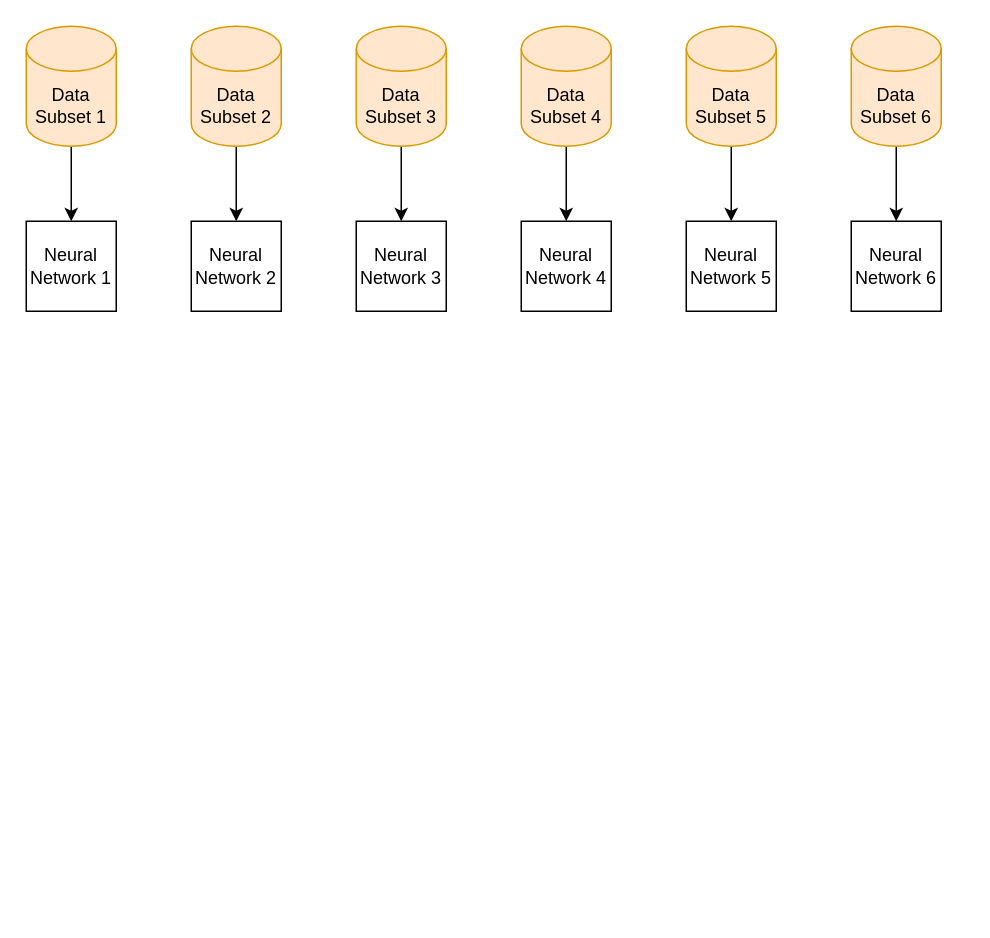
Before: Arch.drawio in faizanroshan/Dataset-For-Colab, a draw.io diagram. Source tidied: cells renumbered, new cells numbered last; positions are measured from the earlier drawing's top-left corner, leaving out a move shared by most shapes. Both pictures are drawn from the tidied source at 150%, with x=0, y=0 at pixel (26, 26).
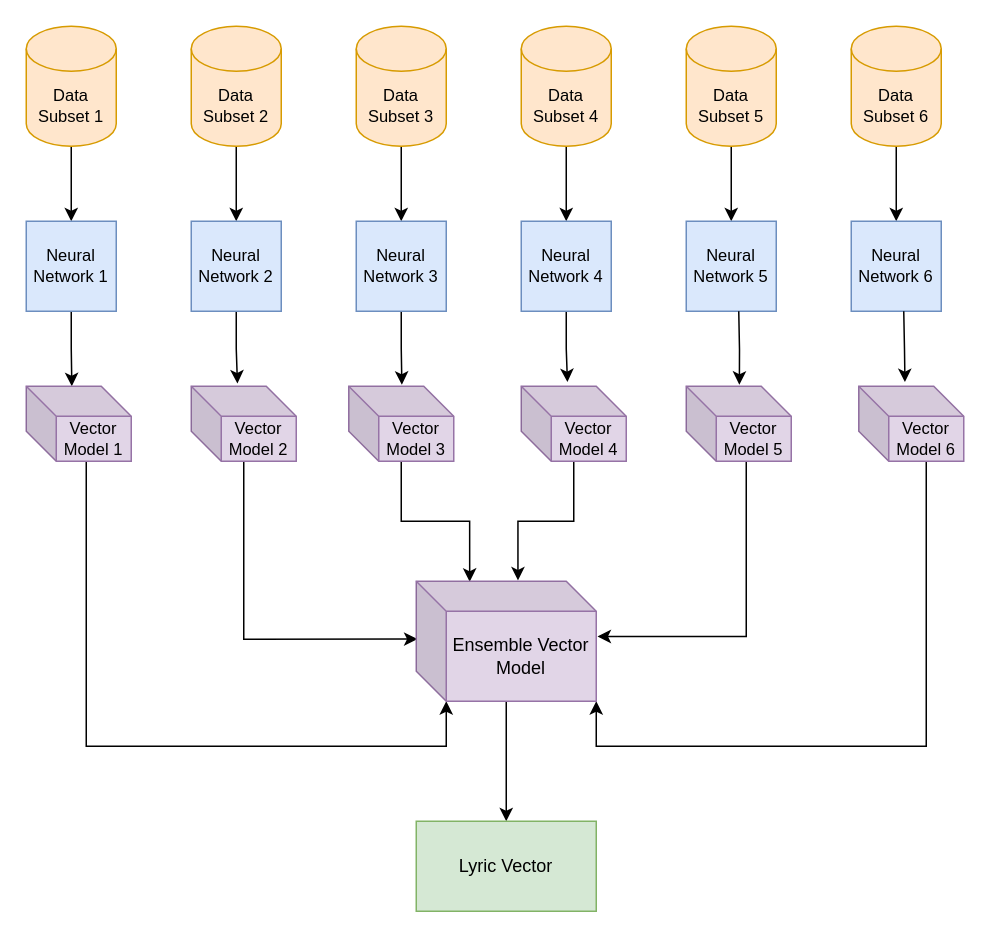
The same page after the edit.

Change to the diagram source:
```diff
@@
-    <mxCell id="2" style="edgeStyle=orthogonalEdgeStyle;rounded=0;jettySize=auto;html=1;exitX=0.5;exitY=1;exitDx=0;exitDy=0;exitPerimeter=0;entryX=0.5;entryY=0;entryDx=0;entryDy=0;" parent="1" edge="1" source="3" target="14">
+    <mxCell id="2" style="edgeStyle=orthogonalEdgeStyle;rounded=0;jettySize=auto;html=1;exitX=0.5;exitY=1;exitDx=0;exitDy=0;exitPerimeter=0;entryX=0.5;entryY=0;entryDx=0;entryDy=0;fontSize=11;" parent="1" edge="1" source="3" target="14">
       <mxGeometry relative="1" as="geometry" />
     </mxCell>
-    <mxCell id="3" value="Data Subset 1" style="shape=cylinder3;whiteSpace=wrap;html=1;boundedLbl=1;backgroundOutline=1;size=15;fillColor=#ffe6cc;strokeColor=#d79b00;" parent="1" vertex="1">
+    <mxCell id="3" value="Data Subset 1" style="shape=cylinder3;whiteSpace=wrap;html=1;boundedLbl=1;backgroundOutline=1;size=15;fillColor=#ffe6cc;strokeColor=#d79b00;fontSize=11;" parent="1" vertex="1">
       <mxGeometry width="60" height="80" as="geometry" />
     </mxCell>
-    <mxCell id="4" style="edgeStyle=orthogonalEdgeStyle;rounded=0;jettySize=auto;html=1;exitX=0.5;exitY=1;exitDx=0;exitDy=0;exitPerimeter=0;entryX=0.5;entryY=0;entryDx=0;entryDy=0;" parent="1" edge="1" source="5" target="15">
+    <mxCell id="4" style="edgeStyle=orthogonalEdgeStyle;rounded=0;jettySize=auto;html=1;exitX=0.5;exitY=1;exitDx=0;exitDy=0;exitPerimeter=0;entryX=0.5;entryY=0;entryDx=0;entryDy=0;fontSize=11;" parent="1" edge="1" source="5" target="15">
       <mxGeometry relative="1" as="geometry" />
     </mxCell>
-    <mxCell id="5" value="Data Subset 2" style="shape=cylinder3;whiteSpace=wrap;html=1;boundedLbl=1;backgroundOutline=1;size=15;fillColor=#ffe6cc;strokeColor=#d79b00;" parent="1" vertex="1">
+    <mxCell id="5" value="Data Subset 2" style="shape=cylinder3;whiteSpace=wrap;html=1;boundedLbl=1;backgroundOutline=1;size=15;fillColor=#ffe6cc;strokeColor=#d79b00;fontSize=11;" parent="1" vertex="1">
       <mxGeometry x="110" width="60" height="80" as="geometry" />
     </mxCell>
-    <mxCell id="6" style="edgeStyle=orthogonalEdgeStyle;rounded=0;jettySize=auto;html=1;exitX=0.5;exitY=1;exitDx=0;exitDy=0;exitPerimeter=0;" parent="1" edge="1" source="7" target="16">
+    <mxCell id="6" style="edgeStyle=orthogonalEdgeStyle;rounded=0;jettySize=auto;html=1;exitX=0.5;exitY=1;exitDx=0;exitDy=0;exitPerimeter=0;fontSize=11;" parent="1" edge="1" source="7" target="16">
       <mxGeometry relative="1" as="geometry" />
     </mxCell>
-    <mxCell id="7" value="Data Subset 3" style="shape=cylinder3;whiteSpace=wrap;html=1;boundedLbl=1;backgroundOutline=1;size=15;fillColor=#ffe6cc;strokeColor=#d79b00;" parent="1" vertex="1">
+    <mxCell id="7" value="Data Subset 3" style="shape=cylinder3;whiteSpace=wrap;html=1;boundedLbl=1;backgroundOutline=1;size=15;fillColor=#ffe6cc;strokeColor=#d79b00;fontSize=11;" parent="1" vertex="1">
       <mxGeometry x="220" width="60" height="80" as="geometry" />
     </mxCell>
-    <mxCell id="8" style="edgeStyle=orthogonalEdgeStyle;rounded=0;jettySize=auto;html=1;exitX=0.5;exitY=1;exitDx=0;exitDy=0;exitPerimeter=0;entryX=0.5;entryY=0;entryDx=0;entryDy=0;" parent="1" edge="1" source="9" target="17">
+    <mxCell id="8" style="edgeStyle=orthogonalEdgeStyle;rounded=0;jettySize=auto;html=1;exitX=0.5;exitY=1;exitDx=0;exitDy=0;exitPerimeter=0;entryX=0.5;entryY=0;entryDx=0;entryDy=0;fontSize=11;" parent="1" edge="1" source="9" target="17">
       <mxGeometry relative="1" as="geometry" />
     </mxCell>
-    <mxCell id="9" value="Data Subset 4" style="shape=cylinder3;whiteSpace=wrap;html=1;boundedLbl=1;backgroundOutline=1;size=15;fillColor=#ffe6cc;strokeColor=#d79b00;" parent="1" vertex="1">
+    <mxCell id="9" value="Data Subset 4" style="shape=cylinder3;whiteSpace=wrap;html=1;boundedLbl=1;backgroundOutline=1;size=15;fillColor=#ffe6cc;strokeColor=#d79b00;fontSize=11;" parent="1" vertex="1">
       <mxGeometry x="330" width="60" height="80" as="geometry" />
     </mxCell>
-    <mxCell id="10" style="edgeStyle=orthogonalEdgeStyle;rounded=0;jettySize=auto;html=1;exitX=0.5;exitY=1;exitDx=0;exitDy=0;exitPerimeter=0;entryX=0.5;entryY=0;entryDx=0;entryDy=0;" parent="1" edge="1" source="11" target="18">
+    <mxCell id="10" style="edgeStyle=orthogonalEdgeStyle;rounded=0;jettySize=auto;html=1;exitX=0.5;exitY=1;exitDx=0;exitDy=0;exitPerimeter=0;entryX=0.5;entryY=0;entryDx=0;entryDy=0;fontSize=11;" parent="1" edge="1" source="11" target="18">
       <mxGeometry relative="1" as="geometry" />
     </mxCell>
-    <mxCell id="11" value="Data Subset 5" style="shape=cylinder3;whiteSpace=wrap;html=1;boundedLbl=1;backgroundOutline=1;size=15;fillColor=#ffe6cc;strokeColor=#d79b00;" parent="1" vertex="1">
+    <mxCell id="11" value="Data Subset 5" style="shape=cylinder3;whiteSpace=wrap;html=1;boundedLbl=1;backgroundOutline=1;size=15;fillColor=#ffe6cc;strokeColor=#d79b00;fontSize=11;" parent="1" vertex="1">
       <mxGeometry x="440" width="60" height="80" as="geometry" />
     </mxCell>
-    <mxCell id="12" style="edgeStyle=orthogonalEdgeStyle;rounded=0;jettySize=auto;html=1;exitX=0.5;exitY=1;exitDx=0;exitDy=0;exitPerimeter=0;entryX=0.5;entryY=0;entryDx=0;entryDy=0;" parent="1" edge="1" source="13" target="19">
+    <mxCell id="12" style="edgeStyle=orthogonalEdgeStyle;rounded=0;jettySize=auto;html=1;exitX=0.5;exitY=1;exitDx=0;exitDy=0;exitPerimeter=0;entryX=0.5;entryY=0;entryDx=0;entryDy=0;fontSize=11;" parent="1" edge="1" source="13" target="19">
       <mxGeometry relative="1" as="geometry" />
     </mxCell>
-    <mxCell id="13" value="Data Subset 6" style="shape=cylinder3;whiteSpace=wrap;html=1;boundedLbl=1;backgroundOutline=1;size=15;fillColor=#ffe6cc;strokeColor=#d79b00;" parent="1" vertex="1">
+    <mxCell id="13" value="Data Subset 6" style="shape=cylinder3;whiteSpace=wrap;html=1;boundedLbl=1;backgroundOutline=1;size=15;fillColor=#ffe6cc;strokeColor=#d79b00;fontSize=11;" parent="1" vertex="1">
       <mxGeometry x="550" width="60" height="80" as="geometry" />
     </mxCell>
+    <mxCell id="20" style="edgeStyle=orthogonalEdgeStyle;rounded=0;jettySize=auto;html=1;exitX=0.5;exitY=1;exitDx=0;exitDy=0;fontSize=11;" parent="1" edge="1" source="14">
+      <mxGeometry relative="1" as="geometry">
+        <mxPoint x="30.4" y="240" as="targetPoint" />
+      </mxGeometry>
+    </mxCell>
-    <mxCell id="14" value="Neural Network 1" style="whiteSpace=wrap;html=1;" parent="1" vertex="1">
+    <mxCell id="14" value="Neural Network 1" style="whiteSpace=wrap;html=1;fillColor=#dae8fc;strokeColor=#6c8ebf;fontSize=11;" parent="1" vertex="1">
       <mxGeometry y="130" width="60" height="60" as="geometry" />
     </mxCell>
+    <mxCell id="21" style="edgeStyle=orthogonalEdgeStyle;rounded=0;jettySize=auto;html=1;exitX=0.5;exitY=1;exitDx=0;exitDy=0;entryX=0.44;entryY=-0.037;entryDx=0;entryDy=0;entryPerimeter=0;fontSize=11;" parent="1" edge="1" source="15" target="27">
+      <mxGeometry relative="1" as="geometry" />
+    </mxCell>
-    <mxCell id="15" value="Neural Network 2" style="whiteSpace=wrap;html=1;" parent="1" vertex="1">
+    <mxCell id="15" value="Neural Network 2" style="whiteSpace=wrap;html=1;fillColor=#dae8fc;strokeColor=#6c8ebf;fontSize=11;" parent="1" vertex="1">
       <mxGeometry x="110" y="130" width="60" height="60" as="geometry" />
     </mxCell>
+    <mxCell id="22" style="edgeStyle=orthogonalEdgeStyle;rounded=0;jettySize=auto;html=1;exitX=0.5;exitY=1;exitDx=0;exitDy=0;entryX=0.506;entryY=-0.02;entryDx=0;entryDy=0;entryPerimeter=0;fontSize=11;" parent="1" edge="1" source="16" target="29">
+      <mxGeometry relative="1" as="geometry" />
+    </mxCell>
-    <mxCell id="16" value="Neural Network 3" style="whiteSpace=wrap;html=1;" parent="1" vertex="1">
+    <mxCell id="16" value="Neural Network 3" style="whiteSpace=wrap;html=1;fillColor=#dae8fc;strokeColor=#6c8ebf;fontSize=11;" parent="1" vertex="1">
       <mxGeometry x="220" y="130" width="60" height="60" as="geometry" />
     </mxCell>
+    <mxCell id="23" style="edgeStyle=orthogonalEdgeStyle;rounded=0;jettySize=auto;html=1;exitX=0.5;exitY=1;exitDx=0;exitDy=0;entryX=0.44;entryY=-0.055;entryDx=0;entryDy=0;entryPerimeter=0;fontSize=11;" parent="1" edge="1" source="17" target="31">
+      <mxGeometry relative="1" as="geometry" />
+    </mxCell>
-    <mxCell id="17" value="Neural Network 4" style="whiteSpace=wrap;html=1;" parent="1" vertex="1">
+    <mxCell id="17" value="Neural Network 4" style="whiteSpace=wrap;html=1;fillColor=#dae8fc;strokeColor=#6c8ebf;fontSize=11;" parent="1" vertex="1">
       <mxGeometry x="330" y="130" width="60" height="60" as="geometry" />
     </mxCell>
-    <mxCell id="18" value="Neural Network 5" style="whiteSpace=wrap;html=1;" parent="1" vertex="1">
+    <mxCell id="18" value="Neural Network 5" style="whiteSpace=wrap;html=1;fillColor=#dae8fc;strokeColor=#6c8ebf;fontSize=11;" parent="1" vertex="1">
       <mxGeometry x="440" y="130" width="60" height="60" as="geometry" />
     </mxCell>
-    <mxCell id="19" value="Neural Network 6" style="whiteSpace=wrap;html=1;" parent="1" vertex="1">
+    <mxCell id="19" value="Neural Network 6" style="whiteSpace=wrap;html=1;fillColor=#dae8fc;strokeColor=#6c8ebf;fontSize=11;" parent="1" vertex="1">
       <mxGeometry x="550" y="130" width="60" height="60" as="geometry" />
     </mxCell>
+    <mxCell id="24" style="edgeStyle=orthogonalEdgeStyle;rounded=0;jettySize=auto;html=1;entryX=0;entryY=0;entryDx=20;entryDy=80;entryPerimeter=0;" parent="1" edge="1" source="25" target="39">
+      <mxGeometry relative="1" as="geometry">
+        <Array as="points">
+          <mxPoint x="40" y="480" />
+          <mxPoint x="280" y="480" />
+        </Array>
+      </mxGeometry>
+    </mxCell>
+    <mxCell id="25" value="Vector Model 1" style="shape=cube;whiteSpace=wrap;html=1;boundedLbl=1;backgroundOutline=1;darkOpacity=0.05;darkOpacity2=0.1;fillColor=#e1d5e7;strokeColor=#9673a6;fontSize=11;" parent="1" vertex="1">
+      <mxGeometry y="240" width="70" height="50" as="geometry" />
+    </mxCell>
+    <mxCell id="26" style="edgeStyle=orthogonalEdgeStyle;rounded=0;jettySize=auto;html=1;entryX=0.007;entryY=0.482;entryDx=0;entryDy=0;entryPerimeter=0;" parent="1" edge="1" source="27" target="39">
+      <mxGeometry relative="1" as="geometry">
+        <Array as="points">
+          <mxPoint x="145" y="409" />
+        </Array>
+      </mxGeometry>
+    </mxCell>
+    <mxCell id="27" value="Vector Model 2" style="shape=cube;whiteSpace=wrap;html=1;boundedLbl=1;backgroundOutline=1;darkOpacity=0.05;darkOpacity2=0.1;fillColor=#e1d5e7;strokeColor=#9673a6;fontSize=11;" parent="1" vertex="1">
+      <mxGeometry x="110" y="240" width="70" height="50" as="geometry" />
+    </mxCell>
+    <mxCell id="28" style="edgeStyle=orthogonalEdgeStyle;rounded=0;jettySize=auto;html=1;entryX=0.297;entryY=0.004;entryDx=0;entryDy=0;entryPerimeter=0;" parent="1" edge="1" source="29" target="39">
+      <mxGeometry relative="1" as="geometry" />
+    </mxCell>
+    <mxCell id="29" value="Vector Model 3" style="shape=cube;whiteSpace=wrap;html=1;boundedLbl=1;backgroundOutline=1;darkOpacity=0.05;darkOpacity2=0.1;fillColor=#e1d5e7;strokeColor=#9673a6;fontSize=11;" parent="1" vertex="1">
+      <mxGeometry x="215" y="240" width="70" height="50" as="geometry" />
+    </mxCell>
+    <mxCell id="30" style="edgeStyle=orthogonalEdgeStyle;rounded=0;jettySize=auto;html=1;entryX=0.565;entryY=-0.007;entryDx=0;entryDy=0;entryPerimeter=0;" parent="1" edge="1" source="31" target="39">
+      <mxGeometry relative="1" as="geometry" />
+    </mxCell>
+    <mxCell id="31" value="Vector Model 4" style="shape=cube;whiteSpace=wrap;html=1;boundedLbl=1;backgroundOutline=1;darkOpacity=0.05;darkOpacity2=0.1;fillColor=#e1d5e7;strokeColor=#9673a6;fontSize=11;" parent="1" vertex="1">
+      <mxGeometry x="330" y="240" width="70" height="50" as="geometry" />
+    </mxCell>
+    <mxCell id="32" style="edgeStyle=orthogonalEdgeStyle;rounded=0;jettySize=auto;html=1;exitX=0.5;exitY=1;exitDx=0;exitDy=0;entryX=0.506;entryY=-0.02;entryDx=0;entryDy=0;entryPerimeter=0;fontSize=11;" parent="1" edge="1" target="35">
+      <mxGeometry relative="1" as="geometry">
+        <mxPoint x="475" y="190" as="sourcePoint" />
+      </mxGeometry>
+    </mxCell>
+    <mxCell id="33" style="edgeStyle=orthogonalEdgeStyle;rounded=0;jettySize=auto;html=1;exitX=0.5;exitY=1;exitDx=0;exitDy=0;entryX=0.44;entryY=-0.055;entryDx=0;entryDy=0;entryPerimeter=0;fontSize=11;" parent="1" edge="1" target="37">
+      <mxGeometry relative="1" as="geometry">
+        <mxPoint x="585" y="190" as="sourcePoint" />
+      </mxGeometry>
+    </mxCell>
+    <mxCell id="34" style="edgeStyle=orthogonalEdgeStyle;rounded=0;jettySize=auto;html=1;entryX=1.007;entryY=0.46;entryDx=0;entryDy=0;entryPerimeter=0;" parent="1" edge="1" source="35" target="39">
+      <mxGeometry relative="1" as="geometry">
+        <Array as="points">
+          <mxPoint x="480" y="407" />
+        </Array>
+      </mxGeometry>
+    </mxCell>
+    <mxCell id="35" value="Vector Model 5" style="shape=cube;whiteSpace=wrap;html=1;boundedLbl=1;backgroundOutline=1;darkOpacity=0.05;darkOpacity2=0.1;fillColor=#e1d5e7;strokeColor=#9673a6;fontSize=11;" parent="1" vertex="1">
+      <mxGeometry x="440" y="240" width="70" height="50" as="geometry" />
+    </mxCell>
+    <mxCell id="36" style="edgeStyle=orthogonalEdgeStyle;rounded=0;jettySize=auto;html=1;entryX=1;entryY=1;entryDx=0;entryDy=0;entryPerimeter=0;" parent="1" edge="1" source="37" target="39">
+      <mxGeometry relative="1" as="geometry">
+        <Array as="points">
+          <mxPoint x="600" y="480" />
+          <mxPoint x="380" y="480" />
+        </Array>
+      </mxGeometry>
+    </mxCell>
+    <mxCell id="37" value="Vector Model 6" style="shape=cube;whiteSpace=wrap;html=1;boundedLbl=1;backgroundOutline=1;darkOpacity=0.05;darkOpacity2=0.1;fillColor=#e1d5e7;strokeColor=#9673a6;fontSize=11;" parent="1" vertex="1">
+      <mxGeometry x="555" y="240" width="70" height="50" as="geometry" />
+    </mxCell>
+    <mxCell id="38" style="edgeStyle=orthogonalEdgeStyle;rounded=0;jettySize=auto;html=1;entryX=0.5;entryY=0;entryDx=0;entryDy=0;" parent="1" edge="1" source="39" target="40">
+      <mxGeometry relative="1" as="geometry" />
+    </mxCell>
+    <mxCell id="39" value="Ensemble Vector Model" style="shape=cube;whiteSpace=wrap;html=1;boundedLbl=1;backgroundOutline=1;darkOpacity=0.05;darkOpacity2=0.1;fillColor=#e1d5e7;strokeColor=#9673a6;" parent="1" vertex="1">
+      <mxGeometry x="260" y="370" width="120" height="80" as="geometry" />
+    </mxCell>
+    <mxCell id="40" value="Lyric Vector" style="whiteSpace=wrap;html=1;fillColor=#d5e8d4;strokeColor=#82b366;" parent="1" vertex="1">
+      <mxGeometry x="260" y="530" width="120" height="60" as="geometry" />
+    </mxCell>
```
